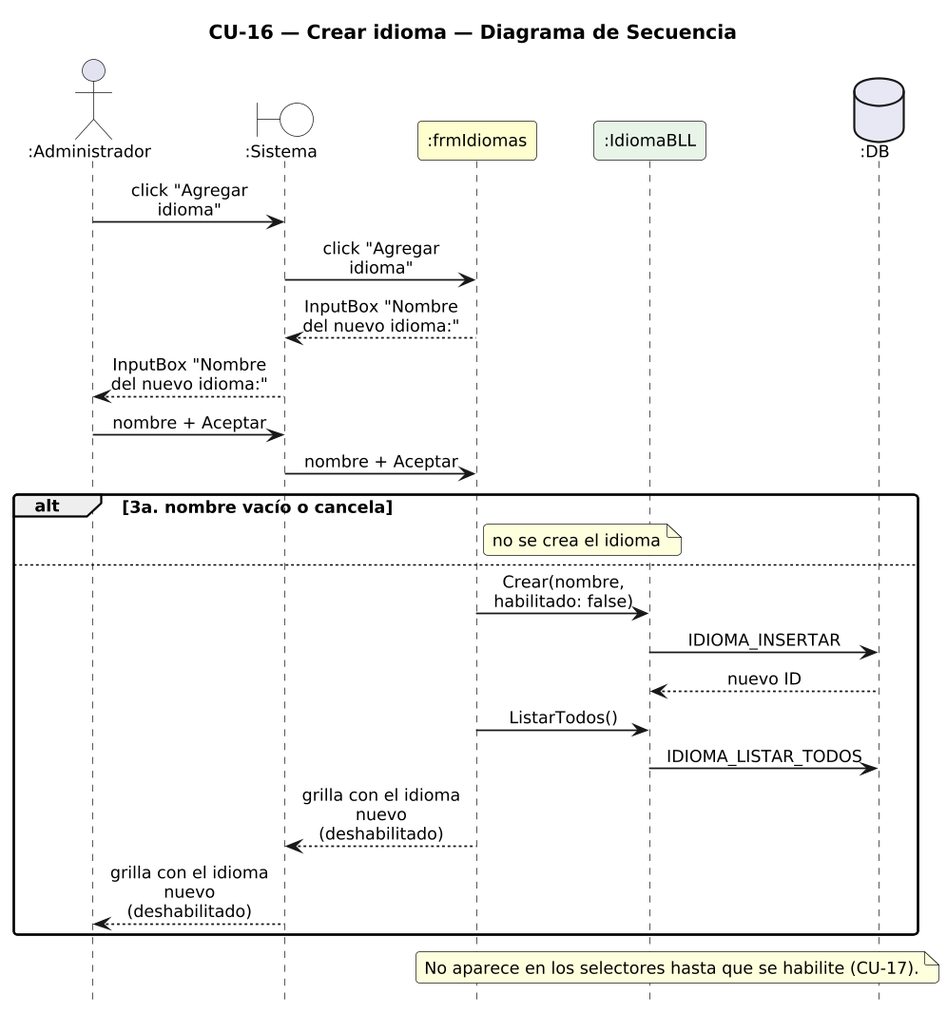
Earlier version of the PlantUML export DIAGRAMAS/DiagramaSecuencia_CU16_CrearIdioma.png (Urrels/ingenieria_software).
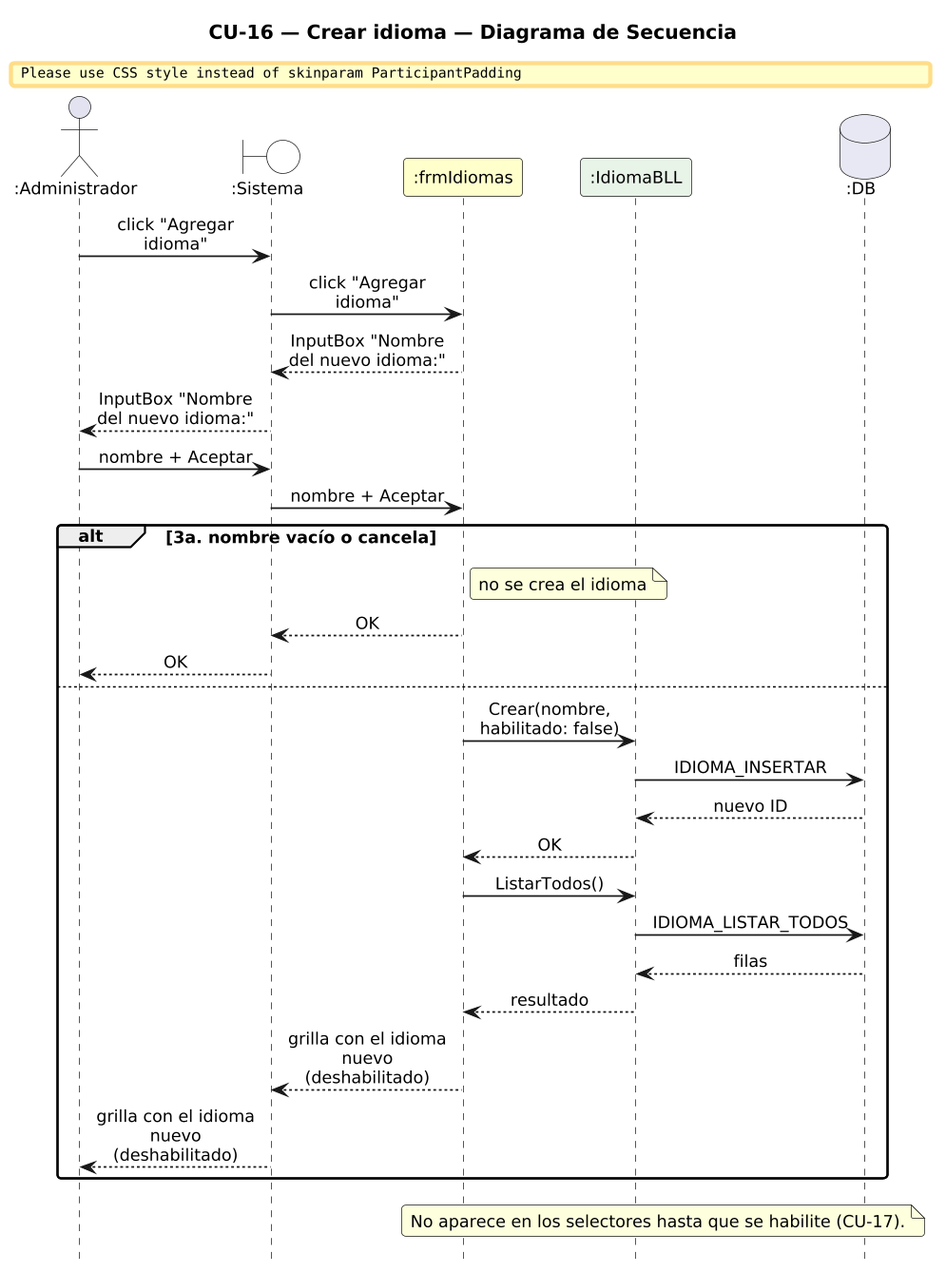
The same file after the commit.

Change to the diagram source:
```diff
@@ -27,12 +27,17 @@
 SYS -> F : nombre + Aceptar
 alt 3a. nombre vacío o cancela
   note right of F : no se crea el idioma
+F --> SYS : OK
+SYS --> A : OK
 else
   F -> IB : Crear(nombre, habilitado: false)
   IB -> DB : IDIOMA_INSERTAR
   DB --> IB : nuevo ID
+  IB --> F : OK
   F -> IB : ListarTodos()
   IB -> DB : IDIOMA_LISTAR_TODOS
+  DB --> IB : filas
+  IB --> F : resultado
   F --> SYS : grilla con el idioma nuevo (deshabilitado)
   SYS --> A : grilla con el idioma nuevo (deshabilitado)
 end
```
